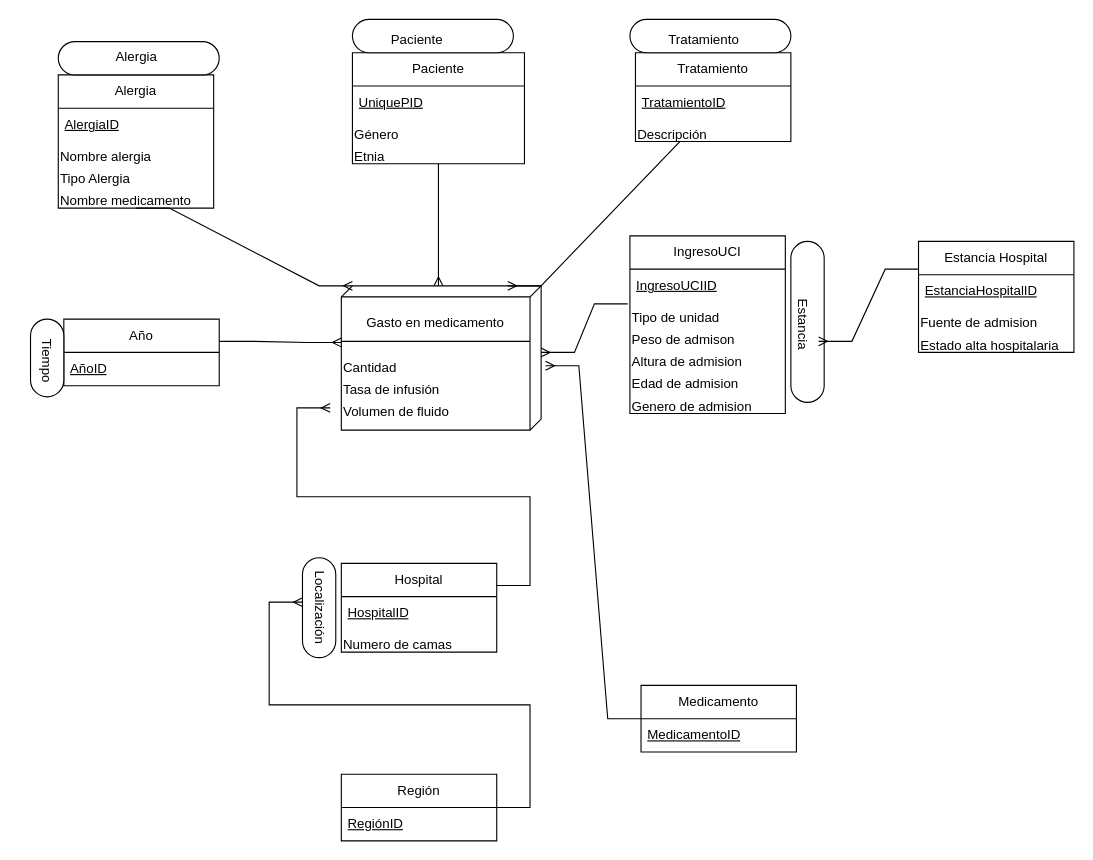
The draw.io diagram doc/images/diagrama_conceptual_dw.drawio in AlexSilvaa9/HealthcareDataWarehouse, before the edit. Source tidied: cells renumbered, new cells numbered last; positions are measured from the earlier drawing's top-left corner, leaving out a move shared by most shapes. Both pictures are drawn from the tidied source at 111%, with x=0, y=0 at pixel (-142, 19).
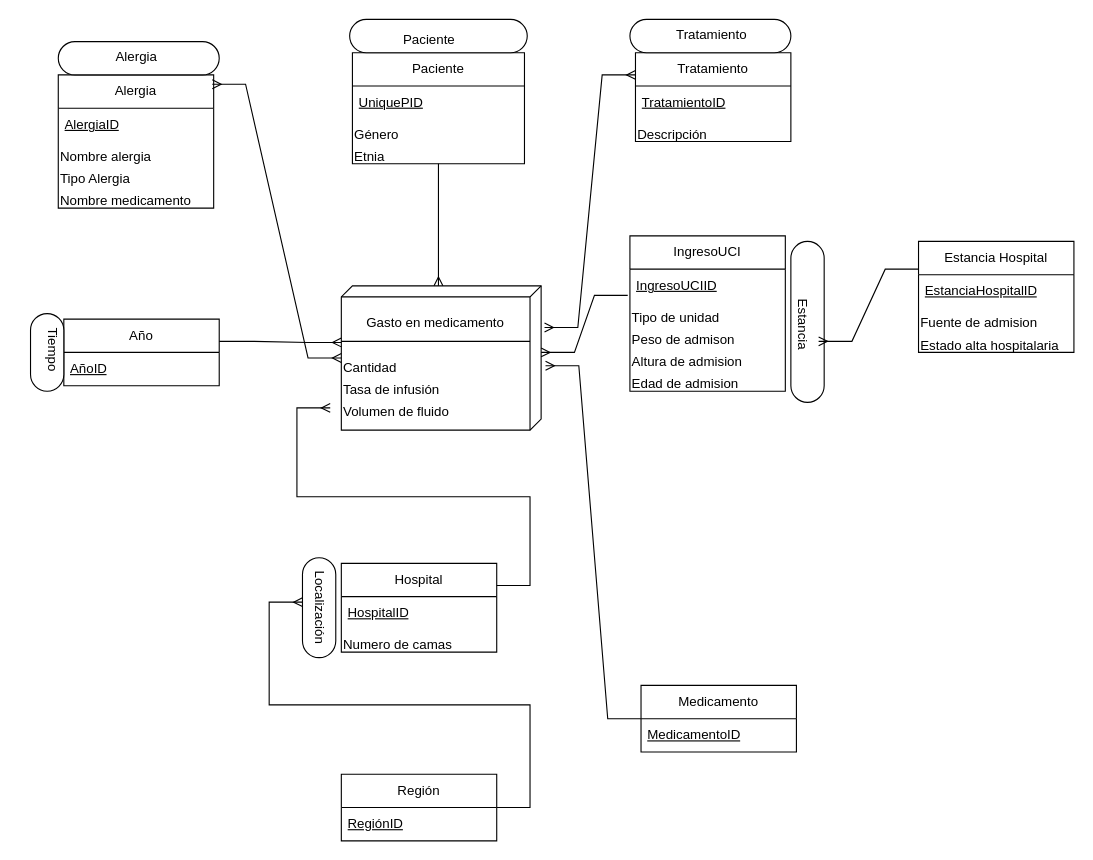
Above is the later version.

The change refers to these unchanged cells:
```xml
<mxCell id="5" style="verticalAlign=top;align=left;spacingTop=8;spacingLeft=2;spacingRight=12;shape=cube;size=10;direction=south;fontStyle=4;html=1;whiteSpace=wrap;" parent="1" vertex="1">
  <mxGeometry x="435" y="240" width="180" height="130" as="geometry" />
</mxCell>
<mxCell id="41" value="Alergia" style="swimlane;fontStyle=0;horizontal=1;startSize=30;whiteSpace=wrap;html=1;" parent="1" vertex="1">
  <mxGeometry x="180" y="50" width="140" height="120" as="geometry" />
</mxCell>
<mxCell id="45" value="Nombre medicamento" style="text;whiteSpace=wrap;html=1;" parent="41" vertex="1">
  <mxGeometry y="100" width="140" height="20" as="geometry" />
</mxCell>
<mxCell id="46" value="Tratamiento" style="swimlane;fontStyle=0;horizontal=1;startSize=30;whiteSpace=wrap;html=1;" parent="1" vertex="1">
  <mxGeometry x="700" y="30" width="140" height="80" as="geometry" />
</mxCell>
<mxCell id="48" value="Descripción" style="text;whiteSpace=wrap;html=1;" parent="46" vertex="1">
  <mxGeometry y="60" width="140" height="20" as="geometry" />
</mxCell>
```

Change to the diagram source:
```diff
@@
     <mxCell id="12" style="rounded=1;whiteSpace=wrap;html=1;arcSize=50;rotation=90;" parent="1" vertex="1">
-      <mxGeometry x="135" y="290" width="70" height="30" as="geometry" />
+      <mxGeometry x="135" y="285" width="70" height="30" as="geometry" />
     </mxCell>
     <mxCell id="13" value="Tiempo" style="text;strokeColor=none;fillColor=none;align=center;verticalAlign=middle;spacingLeft=4;spacingRight=4;overflow=hidden;whiteSpace=wrap;html=1;direction=north;textDirection=vertical-lr;" parent="1" vertex="1">
-      <mxGeometry x="145" y="240" width="30" height="70" as="geometry" />
+      <mxGeometry x="150" y="230" width="30" height="70" as="geometry" />
     </mxCell>
@@
     <mxCell id="26" value="IngresoUCI" style="swimlane;fontStyle=0;horizontal=1;startSize=30;whiteSpace=wrap;html=1;" parent="1" vertex="1">
-      <mxGeometry x="695" y="195" width="140" height="160" as="geometry" />
+      <mxGeometry x="695" y="195" width="140" height="140" as="geometry" />
     </mxCell>
@@
-    <mxCell id="32" value="Genero de admision" style="text;whiteSpace=wrap;html=1;" parent="26" vertex="1">
-      <mxGeometry y="140" width="140" height="20" as="geometry" />
-    </mxCell>
@@
     <mxCell id="51" value="Tratamiento" style="text;whiteSpace=wrap;html=1;rotation=0;" parent="1" vertex="1">
-      <mxGeometry x="727.5" y="5" width="80" height="20" as="geometry" />
+      <mxGeometry x="735" width="80" height="20" as="geometry" />
     </mxCell>
@@
-    <mxCell id="53" style="edgeStyle=entityRelationEdgeStyle;fontSize=12;html=1;endArrow=ERmany;rounded=0;exitX=0.5;exitY=1;exitDx=0;exitDy=0;entryX=0;entryY=0;entryDx=0;entryDy=170;entryPerimeter=0;" parent="1" edge="1" source="45" target="5">
-      <mxGeometry relative="1" as="geometry" />
-    </mxCell>
-    <mxCell id="54" style="edgeStyle=entityRelationEdgeStyle;fontSize=12;html=1;endArrow=ERmany;rounded=0;exitX=0.5;exitY=1;exitDx=0;exitDy=0;entryX=0;entryY=0.167;entryDx=0;entryDy=0;entryPerimeter=0;" parent="1" edge="1" source="48" target="5">
-      <mxGeometry relative="1" as="geometry" />
-    </mxCell>
@@
     <mxCell id="60" style="rounded=1;whiteSpace=wrap;html=1;arcSize=50;rotation=0;verticalAlign=bottom;" parent="1" vertex="1">
-      <mxGeometry x="445" width="145" height="30" as="geometry" />
+      <mxGeometry x="442.5" width="160" height="30" as="geometry" />
     </mxCell>
     <mxCell id="61" value="Paciente" style="text;whiteSpace=wrap;html=1;rotation=0;" parent="1" vertex="1">
-      <mxGeometry x="477.5" y="5" width="80" height="20" as="geometry" />
+      <mxGeometry x="489" y="5" width="80" height="20" as="geometry" />
     </mxCell>
+    <mxCell id="62" style="edgeStyle=entityRelationEdgeStyle;fontSize=12;html=1;endArrow=ERmany;startArrow=ERmany;rounded=0;entryX=0.991;entryY=0.07;entryDx=0;entryDy=0;entryPerimeter=0;" parent="1" edge="1" source="5" target="41">
+      <mxGeometry relative="1" as="geometry">
+        <Array as="points">
+          <mxPoint x="385" y="210" />
+        </Array>
+      </mxGeometry>
+    </mxCell>
+    <mxCell id="63" style="edgeStyle=entityRelationEdgeStyle;fontSize=12;html=1;endArrow=ERmany;startArrow=ERmany;rounded=0;entryX=0;entryY=0.25;entryDx=0;entryDy=0;exitX=0.289;exitY=-0.017;exitDx=0;exitDy=0;exitPerimeter=0;" parent="1" edge="1" source="5" target="46">
+      <mxGeometry relative="1" as="geometry">
+        <Array as="points">
+          <mxPoint x="395" y="220" />
+        </Array>
+      </mxGeometry>
+    </mxCell>
```
